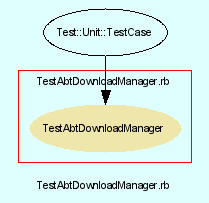
This is src/trunk/doc/dot/f_10.png from eschabell/abtlinux, a Graphviz export, as it was before one commit. Its source is kept beside it as src/trunk/doc/dot/f_10.dot.
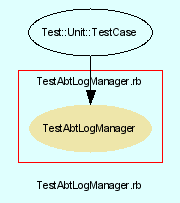
After the change.

Diff of the diagram source:
```diff
@@ -3,24 +3,24 @@
     bgcolor = lightcyan1
     fontname = Arial
     fontsize = 8
-    label = "TestAbtDownloadManager.rb"
+    label = "TestAbtLogManager.rb"
     node [
         fontname = Arial,
         fontsize = 8,
         color = black
     ]
 
-    subgraph cluster_10 {
+    subgraph cluster_11 {
         fontname = Arial
         color = red
-        label = "TestAbtDownloadManager.rb"
-        TestAbtDownloadManager [
+        label = "TestAbtLogManager.rb"
+        TestAbtLogManager [
             fontcolor = black,
-            URL = "classes/TestAbtDownloadManager.html",
+            URL = "classes/TestAbtLogManager.html",
             shape = ellipse,
             color = palegoldenrod,
             style = filled,
-            label = "TestAbtDownloadManager"
+            label = "TestAbtLogManager"
         ]
 
     }
@@ -30,7 +30,7 @@
         label = "Test::Unit::TestCase"
     ]
 
-    Test__Unit__TestCase -> TestAbtDownloadManager [
+    Test__Unit__TestCase -> TestAbtLogManager [
 
     ]
 
```
